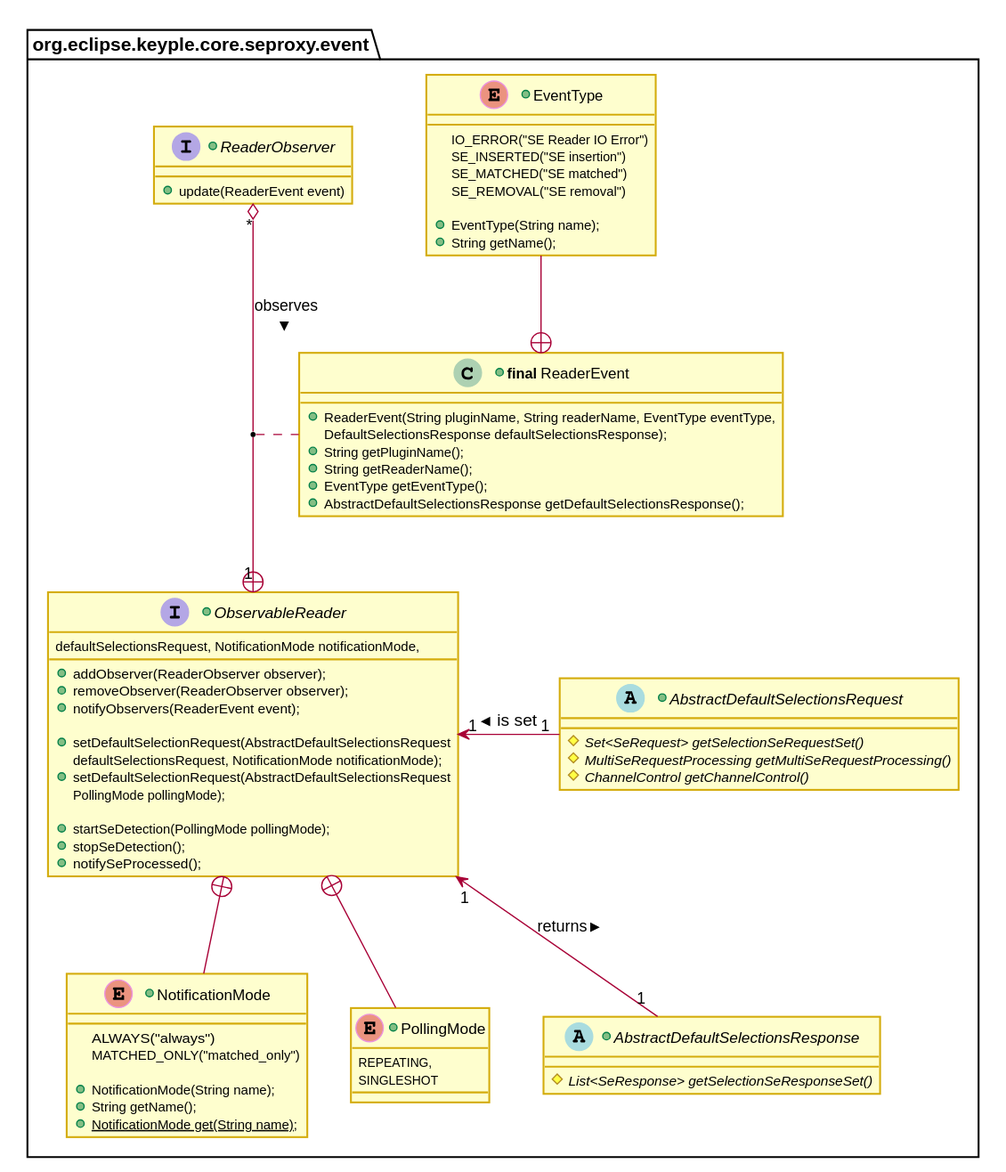
Before: docs/KeypleCoreApi/ApplicationApi/img/KeypleCore_ApplicationApi_ClassDiag_SE_Proxy_ObservablePluginAndReaderEvents_0_8_0_p2.svg, a diagram exported from PlantUML (calypsonet/keyple). The source it was exported from:
```plantuml
@startuml
skinparam ClassBorderColor #D4AC0D
skinparam stereotypeABorderColor #A9DCDF
skinparam stereotypeIBorderColor #B4A7E5
skinparam stereotypeCBorderColor #ADD1B2
skinparam stereotypeEBorderColor #EB93DF
skinparam shadowing false

skinparam ClassBackgroundColor<<red>> #FDEDEC
skinparam ClassBorderColor<<red>> #E74C3C
hide <<red>> stereotype
skinparam ClassBackgroundColor<<purple>> #F4ECF7
skinparam ClassBorderColor<<purple>> #8E44AD
hide <<purple>> stereotype
skinparam ClassBackgroundColor<<blue>> #EBF5FB
skinparam ClassBorderColor<<blue>> #3498DB
hide <<blue>> stereotype
skinparam ClassBackgroundColor<<green>> #EAFAF1
skinparam ClassBorderColor<<green>> #2ECC71
hide <<green>> stereotype
skinparam ClassBackgroundColor<<grey>> #EAECEE
skinparam ClassBorderColor<<grey>> #2C3E50
hide <<grey>> stereotype

package org.eclipse.keyple.core.seproxy.event #FFFFFF {
+enum "EventType" as EventType_Reader {
  IO_ERROR("SE Reader IO Error")
  SE_INSERTED("SE insertion")
  SE_MATCHED("SE matched")
  SE_REMOVAL("SE removal")

  +EventType(String name);
  +String getName();
}

+class "<b>final</b> ReaderEvent" as ReaderEvent {
  +ReaderEvent(String pluginName, String readerName, EventType eventType,
    DefaultSelectionsResponse defaultSelectionsResponse);
  +String getPluginName();
  +String getReaderName();
  +EventType getEventType();
  +AbstractDefaultSelectionsResponse getDefaultSelectionsResponse();
}

  EventType_Reader --+ ReaderEvent

  +interface ReaderObserver {
    +update(ReaderEvent event)
  }

+enum NotificationMode {
  ALWAYS("always")
  MATCHED_ONLY("matched_only")

  +NotificationMode(String name);
  +String getName();
  +{static}NotificationMode get(String name);
}

+enum PollingMode {
  REPEATING,
  SINGLESHOT
}
+abstract AbstractDefaultSelectionsRequest {
  {abstract} #Set<SeRequest> getSelectionSeRequestSet()
  {abstract} #MultiSeRequestProcessing getMultiSeRequestProcessing()
  {abstract} #ChannelControl getChannelControl()
}

+abstract AbstractDefaultSelectionsResponse {
  {abstract} #List<SeResponse> getSelectionSeResponseSet()
}
+interface ObservableReader {
  +addObserver(ReaderObserver observer);
  +removeObserver(ReaderObserver observer);
  +notifyObservers(ReaderEvent event);

  +setDefaultSelectionRequest(AbstractDefaultSelectionsRequest
    defaultSelectionsRequest, NotificationMode notificationMode);
  +setDefaultSelectionRequest(AbstractDefaultSelectionsRequest
    defaultSelectionsRequest, NotificationMode notificationMode,
    PollingMode pollingMode);

  +startSeDetection(PollingMode pollingMode);
  +stopSeDetection();
  +notifySeProcessed();
}

  ObservableReader +-down- NotificationMode
  ObservableReader +-down- PollingMode

  ReaderObserver "1" +-down-o "*" ObservableReader : observes <
  (ReaderObserver, ObservableReader) . ReaderEvent

  AbstractDefaultSelectionsRequest "1" -left-> "1" ObservableReader : is set >
  AbstractDefaultSelectionsResponse "1" --> "1" ObservableReader : returns <
  AbstractDefaultSelectionsRequest -down[hidden]- AbstractDefaultSelectionsResponse
}
@enduml
```
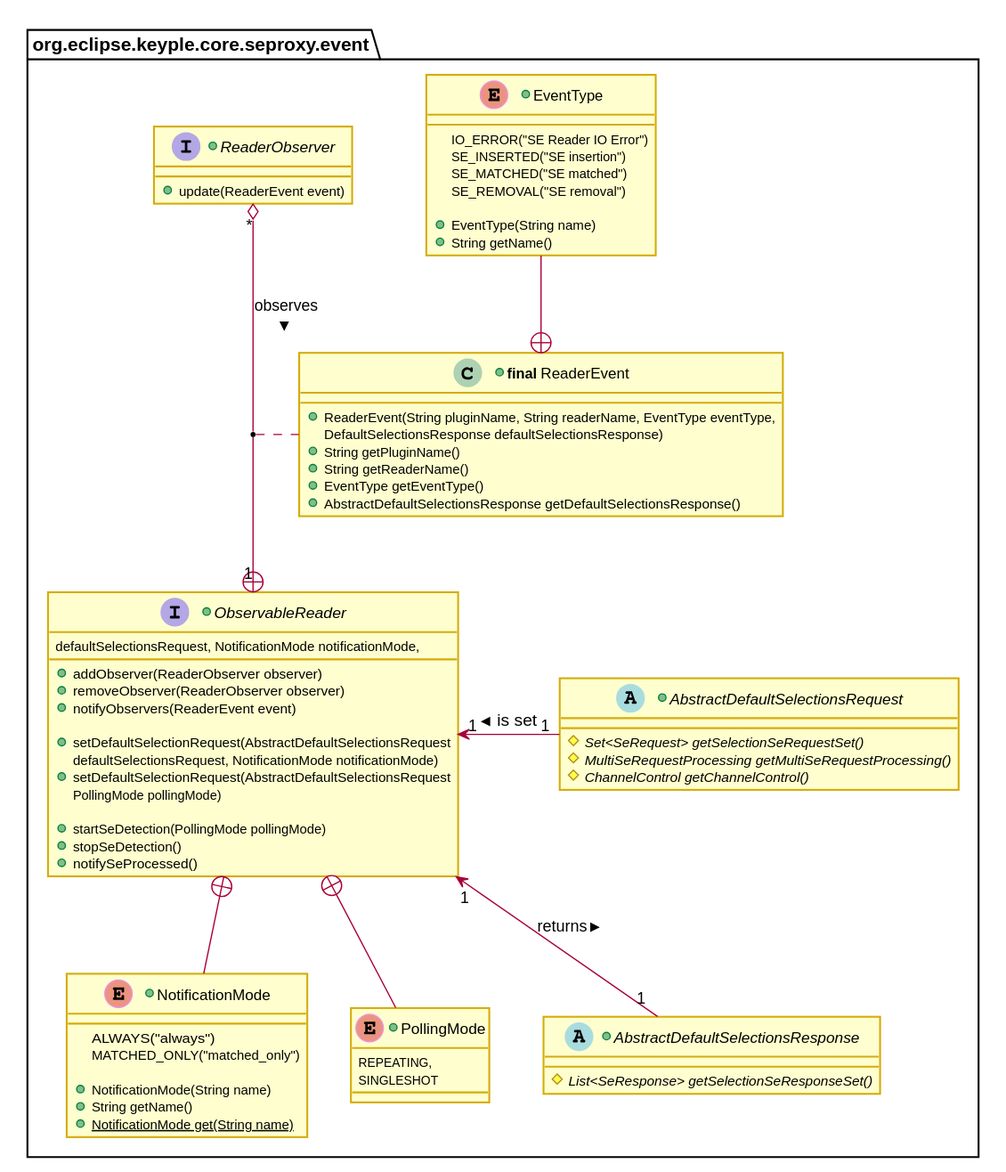
The same diagram one commit later.

Diff of the diagram source:
```diff
@@ -29,17 +29,17 @@
   SE_MATCHED("SE matched")
   SE_REMOVAL("SE removal")
 
-  +EventType(String name);
-  +String getName();
+  +EventType(String name)
+  +String getName()
 }
 
 +class "<b>final</b> ReaderEvent" as ReaderEvent {
   +ReaderEvent(String pluginName, String readerName, EventType eventType,
-    DefaultSelectionsResponse defaultSelectionsResponse);
-  +String getPluginName();
-  +String getReaderName();
-  +EventType getEventType();
-  +AbstractDefaultSelectionsResponse getDefaultSelectionsResponse();
+    DefaultSelectionsResponse defaultSelectionsResponse)
+  +String getPluginName()
+  +String getReaderName()
+  +EventType getEventType()
+  +AbstractDefaultSelectionsResponse getDefaultSelectionsResponse()
 }
 
   EventType_Reader --+ ReaderEvent
@@ -52,9 +52,9 @@
   ALWAYS("always")
   MATCHED_ONLY("matched_only")
 
-  +NotificationMode(String name);
-  +String getName();
-  +{static}NotificationMode get(String name);
+  +NotificationMode(String name)
+  +String getName()
+  +{static}NotificationMode get(String name)
 }
 
 +enum PollingMode {
@@ -71,19 +71,19 @@
   {abstract} #List<SeResponse> getSelectionSeResponseSet()
 }
 +interface ObservableReader {
-  +addObserver(ReaderObserver observer);
-  +removeObserver(ReaderObserver observer);
-  +notifyObservers(ReaderEvent event);
+  +addObserver(ReaderObserver observer)
+  +removeObserver(ReaderObserver observer)
+  +notifyObservers(ReaderEvent event)
 
   +setDefaultSelectionRequest(AbstractDefaultSelectionsRequest
-    defaultSelectionsRequest, NotificationMode notificationMode);
+    defaultSelectionsRequest, NotificationMode notificationMode)
   +setDefaultSelectionRequest(AbstractDefaultSelectionsRequest
     defaultSelectionsRequest, NotificationMode notificationMode,
-    PollingMode pollingMode);
+    PollingMode pollingMode)
 
-  +startSeDetection(PollingMode pollingMode);
-  +stopSeDetection();
-  +notifySeProcessed();
+  +startSeDetection(PollingMode pollingMode)
+  +stopSeDetection()
+  +notifySeProcessed()
 }
 
   ObservableReader +-down- NotificationMode
```
